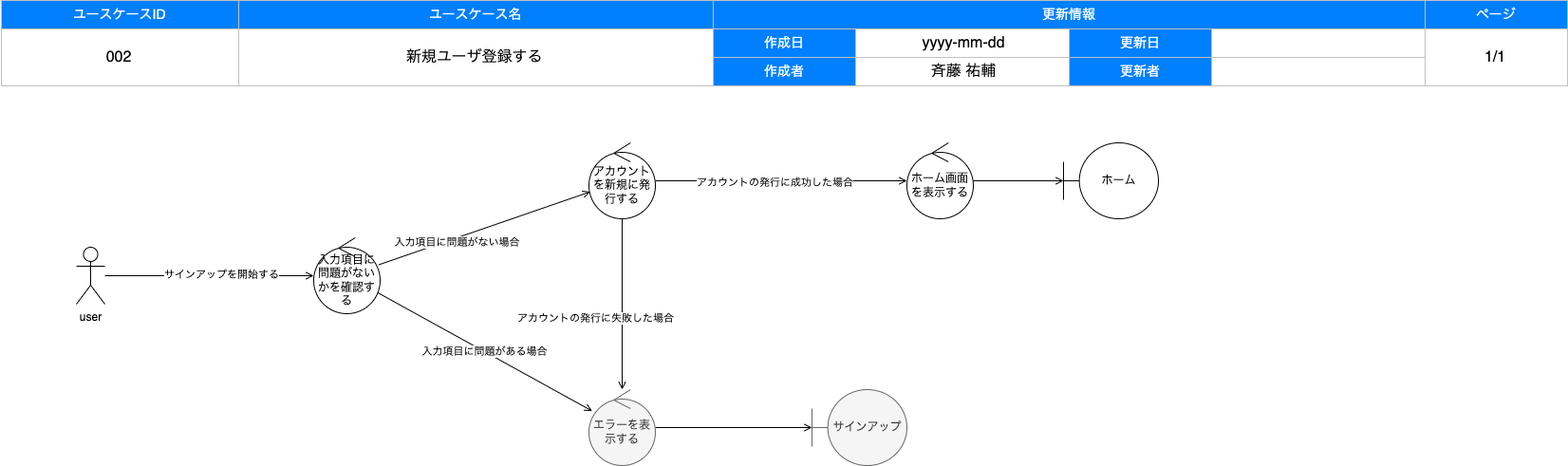
Before: documents/nobody/002_signUp.drawio.png, a diagram exported from draw.io (uskithub/CABoilerplate). Source tidied: cells renumbered, new cells last; positions are measured from the earlier drawing's top-left corner, leaving out a move shared by most shapes.
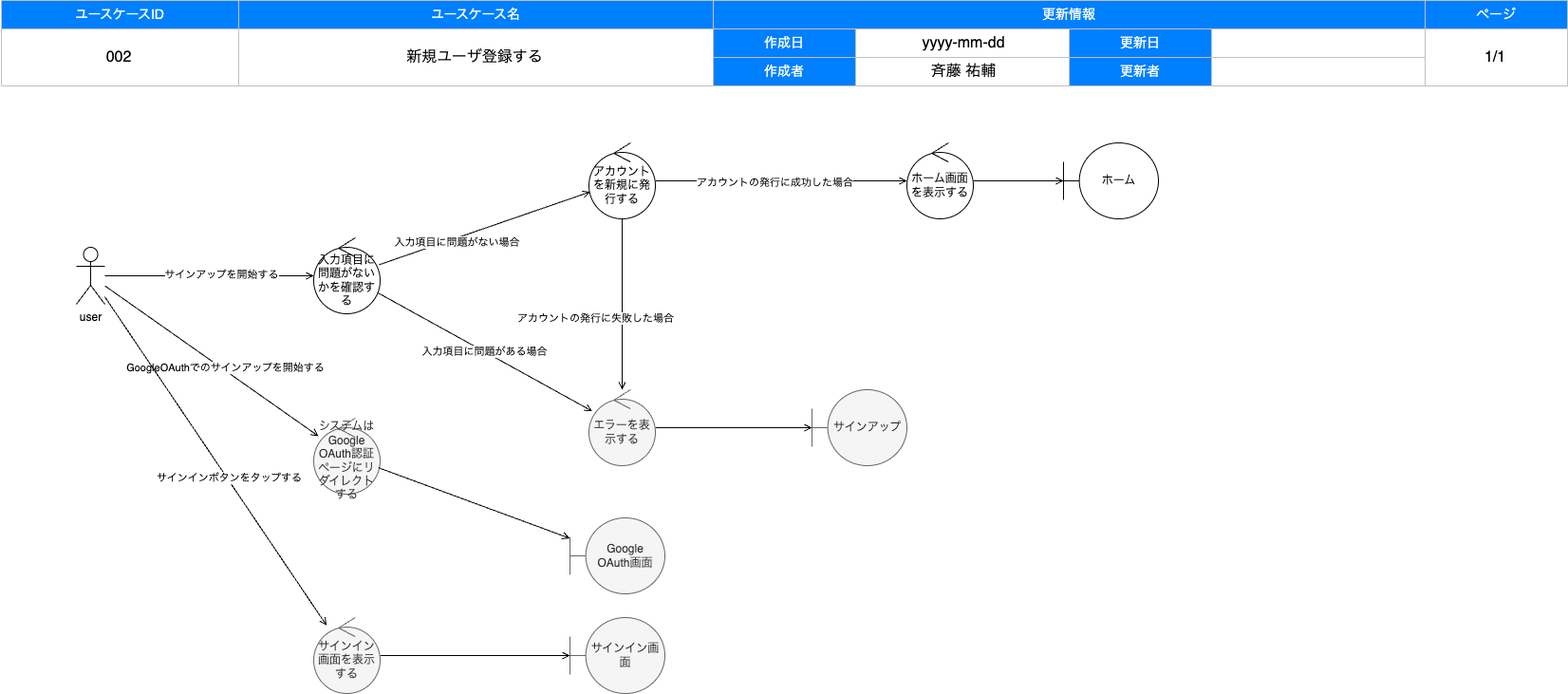
After the commit.

Diff of the diagram source:
```diff
@@ -132,5 +132,35 @@
         <mxPoint x="-28" as="offset" />
       </mxGeometry>
     </mxCell>
+    <mxCell id="44" value="システムはGoogle OAuth認証ページにリダイレクトする" style="ellipse;shape=umlControl;whiteSpace=wrap;html=1;fillColor=#f5f5f5;fontColor=#333333;strokeColor=#666666;" parent="24" vertex="1">
+      <mxGeometry x="330" y="440" width="70" height="80" as="geometry" />
+    </mxCell>
+    <mxCell id="45" style="edgeStyle=none;html=1;endArrow=open;endFill=0;" parent="24" edge="1" source="32" target="44">
+      <mxGeometry relative="1" as="geometry" />
+    </mxCell>
+    <mxCell id="46" value="GoogleOAuthでのサインアップを開始する" style="edgeLabel;html=1;align=center;verticalAlign=middle;" parent="45" vertex="1">
+      <mxGeometry x="0.11" y="2" relative="1" as="geometry" />
+    </mxCell>
+    <mxCell id="47" value="Google&lt;br&gt;OAuth画面" style="shape=umlBoundary;whiteSpace=wrap;html=1;fillColor=#f5f5f5;fontColor=#333333;strokeColor=#666666;" parent="24" vertex="1">
+      <mxGeometry x="600" y="545" width="100" height="80" as="geometry" />
+    </mxCell>
+    <mxCell id="48" style="edgeStyle=none;html=1;endArrow=open;endFill=0;" parent="24" edge="1" source="44" target="47">
+      <mxGeometry relative="1" as="geometry" />
+    </mxCell>
+    <mxCell id="49" style="edgeStyle=none;html=1;endArrow=open;endFill=0;" parent="24" edge="1" source="50" target="53">
+      <mxGeometry relative="1" as="geometry" />
+    </mxCell>
+    <mxCell id="50" value="サインイン画面を表示する" style="ellipse;shape=umlControl;whiteSpace=wrap;html=1;fillColor=#f5f5f5;fontColor=#333333;strokeColor=#666666;" parent="24" vertex="1">
+      <mxGeometry x="330" y="650" width="70" height="80" as="geometry" />
+    </mxCell>
+    <mxCell id="51" style="edgeStyle=none;html=1;endArrow=open;endFill=0;" parent="24" edge="1" source="32" target="50">
+      <mxGeometry relative="1" as="geometry" />
+    </mxCell>
+    <mxCell id="52" value="サインインボタンをタップする" style="edgeLabel;html=1;align=center;verticalAlign=middle;" parent="51" vertex="1">
+      <mxGeometry x="0.11" y="2" relative="1" as="geometry" />
+    </mxCell>
+    <mxCell id="53" value="サインイン画面" style="shape=umlBoundary;whiteSpace=wrap;html=1;fillColor=#f5f5f5;fontColor=#333333;strokeColor=#666666;" parent="24" vertex="1">
+      <mxGeometry x="600" y="650" width="100" height="80" as="geometry" />
+    </mxCell>
   </root>
 </mxGraphModel>
```
